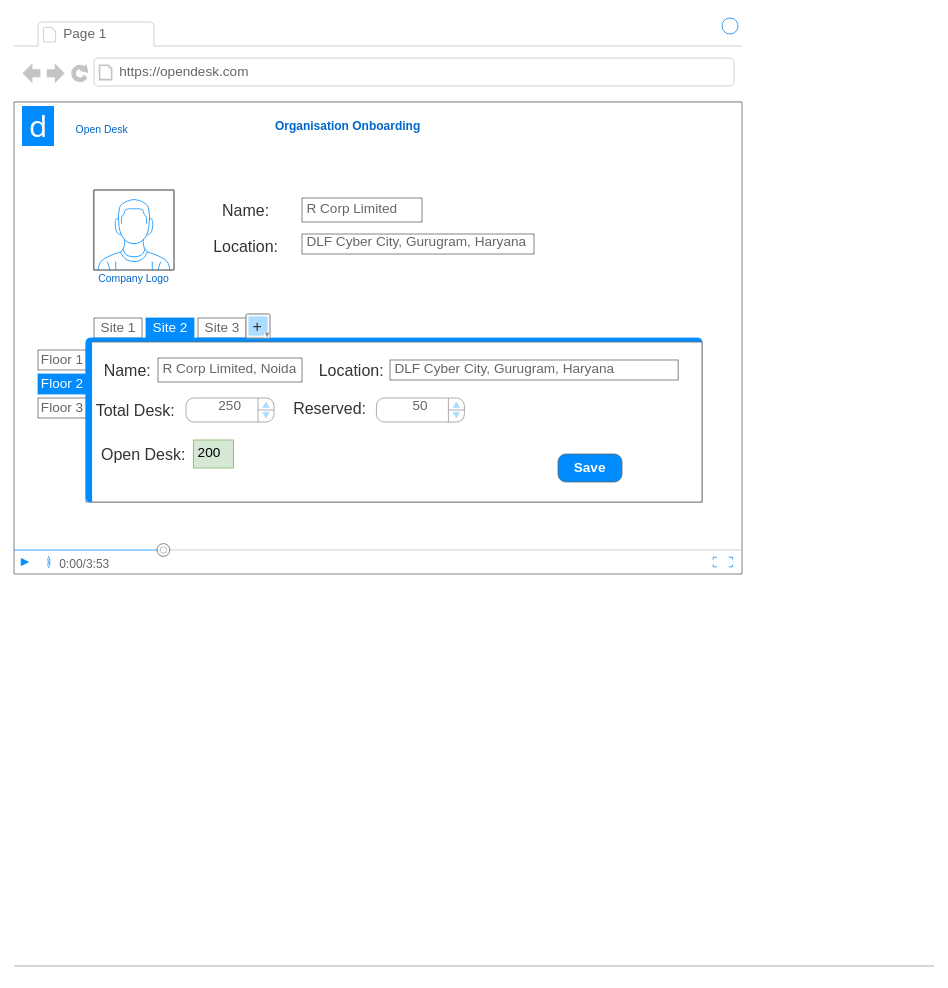
This is docs/planning/images/drawio/organization_onboarding_wireframe_v1.drawio from kanwalnainsingh/OpenDesk, a draw.io file, before an edit. Source tidied: cells renumbered, new cells numbered last; positions are measured from the earlier drawing's top-left corner, leaving out a move shared by most shapes. Both pictures are drawn from the tidied source at 80%, with x=0, y=0 at pixel (14, 14).
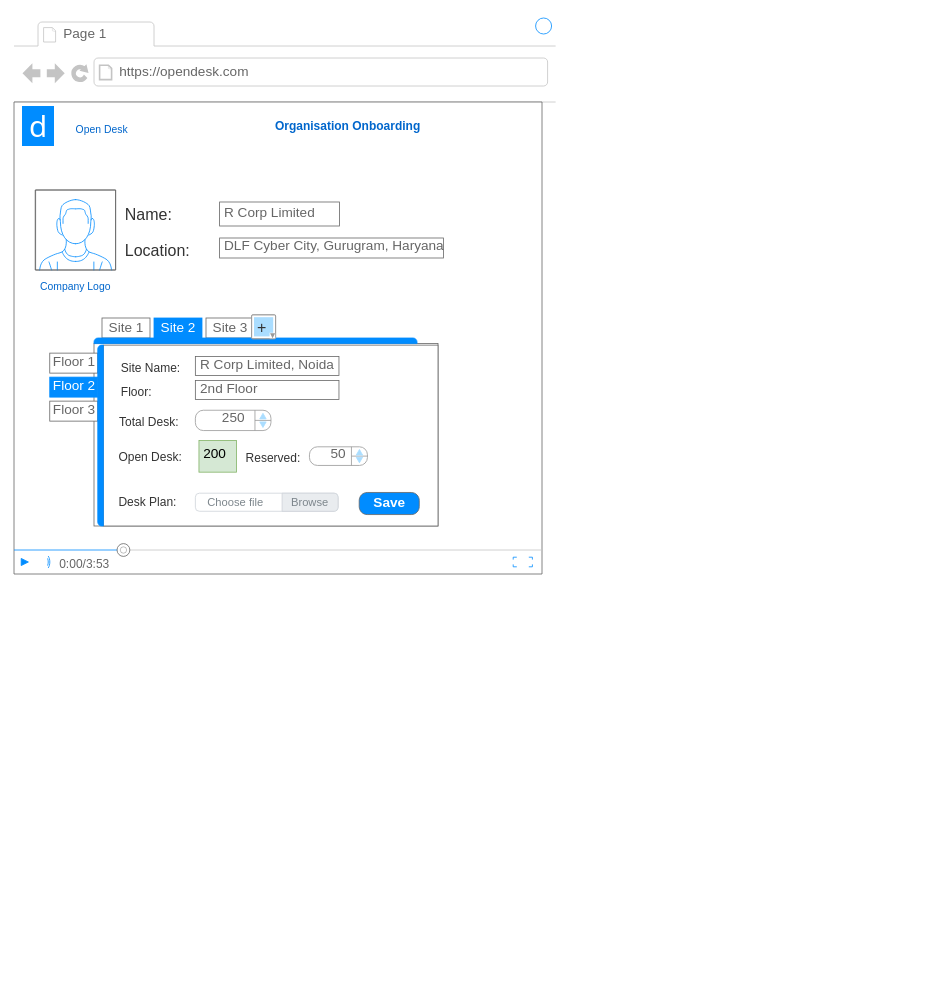
Above is the later version.

Diff of the diagram source:
```diff
@@
-    <mxCell id="2" style="strokeWidth=1;shadow=0;dashed=0;align=center;html=1;shape=mxgraph.mockup.containers.browserWindow;rSize=0;strokeColor2=#008cff;strokeColor3=#c4c4c4;mainText=,;strokeColor=#FFFFFF;fontColor=#FFFFFF;" parent="1" vertex="1">
-      <mxGeometry width="910" height="1020" as="geometry" />
+    <mxCell id="2" style="strokeWidth=1;shadow=0;dashed=0;align=left;html=1;shape=mxgraph.mockup.containers.browserWindow;rSize=0;strokeColor2=#008cff;strokeColor3=#c4c4c4;mainText=,;strokeColor=#FFFFFF;fontColor=#FFFFFF;" parent="1" vertex="1">
+      <mxGeometry width="677" height="700" as="geometry" />
     </mxCell>
@@
     <mxCell id="5" style="verticalLabelPosition=bottom;shadow=0;dashed=0;align=center;html=1;verticalAlign=top;strokeWidth=1;shape=mxgraph.mockup.containers.videoPlayer;strokeColor=#666666;strokeColor2=#008cff;strokeColor3=#c4c4c4;textColor=#666666;fillColor2=#008cff;barHeight=30;barPos=20;" parent="2" vertex="1">
-      <mxGeometry y="110" width="910" height="590" as="geometry" />
+      <mxGeometry y="110" width="660" height="590" as="geometry" />
     </mxCell>
@@
-    <mxCell id="7" style="verticalLabelPosition=bottom;shadow=0;dashed=0;align=center;html=1;verticalAlign=top;strokeWidth=1;shape=mxgraph.mockup.markup.line;strokeColor=#999999;fillColor=#008CFF;fontSize=13;fontColor=#0066CC;" parent="2" vertex="1">
-      <mxGeometry y="1180" width="1150" height="20" as="geometry" />
-    </mxCell>
@@
     <mxCell id="10" style="verticalLabelPosition=bottom;shadow=0;dashed=0;align=center;html=1;verticalAlign=top;strokeWidth=1;shape=mxgraph.mockup.containers.userMale;strokeColor=#666666;strokeColor2=#008cff;" parent="2" vertex="1">
-      <mxGeometry x="100" y="220" width="100" height="100" as="geometry" />
+      <mxGeometry x="27" y="220" width="100" height="100" as="geometry" />
     </mxCell>
     <mxCell id="11" value="Company Logo" style="text;html=1;strokeColor=none;fillColor=none;align=center;verticalAlign=middle;whiteSpace=wrap;rounded=0;fontSize=13;fontColor=#0066CC;" parent="2" vertex="1">
-      <mxGeometry x="100" y="320" width="100" height="20" as="geometry" />
+      <mxGeometry x="27" y="330" width="100" height="20" as="geometry" />
     </mxCell>
     <mxCell id="12" value="R Corp Limited" style="strokeWidth=1;shadow=0;dashed=0;align=center;html=1;shape=mxgraph.mockup.text.textBox;fontColor=#666666;align=left;fontSize=17;spacingLeft=4;spacingTop=-3;strokeColor=#666666;mainText=;" parent="2" vertex="1">
-      <mxGeometry x="360" y="230" width="150" height="30" as="geometry" />
+      <mxGeometry x="257" y="235" width="150" height="30" as="geometry" />
     </mxCell>
-    <mxCell id="13" value="&lt;font style=&quot;font-size: 20px&quot; color=&quot;#333333&quot;&gt;Name:&lt;/font&gt;" style="text;html=1;strokeColor=none;fillColor=none;align=center;verticalAlign=middle;whiteSpace=wrap;rounded=0;fontSize=13;fontColor=#0066CC;" parent="2" vertex="1">
-      <mxGeometry x="240" y="235" width="100" height="20" as="geometry" />
+    <mxCell id="13" value="&lt;font style=&quot;font-size: 20px&quot; color=&quot;#333333&quot;&gt;Name:&lt;/font&gt;" style="text;html=1;strokeColor=none;fillColor=none;align=left;verticalAlign=middle;whiteSpace=wrap;rounded=0;fontSize=13;fontColor=#0066CC;" parent="2" vertex="1">
+      <mxGeometry x="137" y="240" width="100" height="20" as="geometry" />
     </mxCell>
-    <mxCell id="14" value="&lt;font style=&quot;font-size: 20px&quot; color=&quot;#333333&quot;&gt;Location:&lt;/font&gt;" style="text;html=1;strokeColor=none;fillColor=none;align=center;verticalAlign=middle;whiteSpace=wrap;rounded=0;fontSize=13;fontColor=#0066CC;" parent="2" vertex="1">
-      <mxGeometry x="240" y="280" width="100" height="20" as="geometry" />
+    <mxCell id="14" value="&lt;font style=&quot;font-size: 20px&quot; color=&quot;#333333&quot;&gt;Location:&lt;/font&gt;" style="text;html=1;strokeColor=none;fillColor=none;align=left;verticalAlign=middle;whiteSpace=wrap;rounded=0;fontSize=13;fontColor=#0066CC;" parent="2" vertex="1">
+      <mxGeometry x="137" y="285" width="100" height="20" as="geometry" />
     </mxCell>
     <mxCell id="15" value="DLF Cyber City, Gurugram, Haryana&amp;nbsp;" style="strokeWidth=1;shadow=0;dashed=0;align=center;html=1;shape=mxgraph.mockup.text.textBox;fontColor=#666666;align=left;fontSize=17;spacingLeft=4;spacingTop=-3;strokeColor=#666666;mainText=;" parent="2" vertex="1">
-      <mxGeometry x="360" y="275" width="290" height="25" as="geometry" />
+      <mxGeometry x="257" y="280" width="280" height="25" as="geometry" />
     </mxCell>
     <mxCell id="16" style="strokeWidth=1;shadow=0;dashed=0;align=center;html=1;shape=mxgraph.mockup.containers.marginRect2;rectMarginTop=32;strokeColor=#666666;gradientColor=none;" parent="2" vertex="1">
-      <mxGeometry x="90" y="380" width="770" height="230" as="geometry" />
+      <mxGeometry x="100" y="380" width="430" height="260" as="geometry" />
     </mxCell>
@@
     <mxCell id="20" style="strokeWidth=1;shadow=0;dashed=0;align=center;html=1;shape=mxgraph.mockup.containers.topButton;rSize=5;strokeColor=#008cff;fillColor=#008cff;gradientColor=none;" parent="16" vertex="1">
-      <mxGeometry width="770" height="7" relative="1" as="geometry">
+      <mxGeometry width="403.78" height="7" relative="1" as="geometry">
         <mxPoint y="25" as="offset" />
       </mxGeometry>
     </mxCell>
-    <mxCell id="21" style="strokeWidth=1;shadow=0;dashed=0;align=center;html=1;shape=mxgraph.mockup.containers.marginRect2;rectMarginLeft=67;strokeColor=#666666;gradientColor=none;" parent="16" vertex="1">
-      <mxGeometry x="-60" y="30" width="830" height="200" as="geometry" />
+    <mxCell id="21" style="strokeWidth=1;shadow=0;dashed=0;align=left;html=1;shape=mxgraph.mockup.containers.marginRect2;rectMarginLeft=67;strokeColor=#666666;gradientColor=none;" parent="16" vertex="1">
+      <mxGeometry x="-55.3" y="33.9" width="485.3" height="226.1" as="geometry" />
     </mxCell>
@@
     <mxCell id="25" style="strokeWidth=1;shadow=0;dashed=0;align=center;html=1;shape=mxgraph.mockup.containers.leftButton;rSize=5;strokeColor=#008cff;fillColor=#008cff;" parent="21" vertex="1">
-      <mxGeometry width="7" height="200" relative="1" as="geometry">
+      <mxGeometry width="7" height="226.09" relative="1" as="geometry">
         <mxPoint x="60" as="offset" />
       </mxGeometry>
     </mxCell>
+    <mxCell id="28" value="Save" style="strokeWidth=1;shadow=0;dashed=0;align=center;html=1;shape=mxgraph.mockup.buttons.button;strokeColor=#666666;fontColor=#ffffff;mainText=;buttonStyle=round;fontSize=17;fontStyle=1;fillColor=#008cff;whiteSpace=wrap;" parent="21" vertex="1">
+      <mxGeometry x="386.8" y="184.2" width="75.1" height="27.6" as="geometry" />
+    </mxCell>
+    <mxCell id="39" value="Choose file" style="html=1;shadow=0;dashed=0;shape=mxgraph.bootstrap.rrect;rSize=5;strokeColor=#CED4DA;html=1;whiteSpace=wrap;fillColor=#FFFFFF;fontColor=#7D868C;align=left;spacingLeft=0;spacing=15;fontSize=14;" parent="21" vertex="1">
+      <mxGeometry x="182" y="185.1" width="178.4" height="22.6" as="geometry" />
+    </mxCell>
+    <mxCell id="40" value="Browse" style="html=1;shadow=0;dashed=0;shape=mxgraph.bootstrap.rightButton;strokeColor=inherit;gradientColor=inherit;fontColor=inherit;fillColor=#E9ECEF;rSize=5;perimeter=none;whiteSpace=wrap;fontSize=14;" parent="39" vertex="1">
+      <mxGeometry x="1" width="70" height="22.61" relative="1" as="geometry">
+        <mxPoint x="-70" as="offset" />
+      </mxGeometry>
+    </mxCell>
+    <mxCell id="41" value="&lt;font color=&quot;#333333&quot; style=&quot;font-size: 15px&quot;&gt;Desk Plan:&lt;/font&gt;" style="text;html=1;strokeColor=none;fillColor=none;align=left;verticalAlign=middle;whiteSpace=wrap;rounded=0;fontSize=13;fontColor=#0066CC;" parent="21" vertex="1">
+      <mxGeometry x="84.6" y="185.1" width="116.6" height="22.6" as="geometry" />
+    </mxCell>
-    <mxCell id="26" value="&lt;font color=&quot;#333333&quot;&gt;&lt;span style=&quot;font-size: 20px&quot;&gt;Open Desk:&lt;/span&gt;&lt;/font&gt;" style="text;html=1;strokeColor=none;fillColor=none;align=center;verticalAlign=middle;whiteSpace=wrap;rounded=0;fontSize=13;fontColor=#0066CC;" parent="21" vertex="1">
-      <mxGeometry x="70" y="130" width="124.2" height="20" as="geometry" />
+    <mxCell id="26" value="&lt;font color=&quot;#333333&quot; style=&quot;font-size: 15px&quot;&gt;Open Desk:&lt;/font&gt;" style="text;html=1;strokeColor=none;fillColor=none;align=left;verticalAlign=middle;whiteSpace=wrap;rounded=0;fontSize=13;fontColor=#0066CC;" parent="21" vertex="1">
+      <mxGeometry x="84.6" y="127.7" width="116.6" height="22.6" as="geometry" />
     </mxCell>
-    <mxCell id="27" value="200" style="strokeWidth=1;shadow=0;dashed=0;align=center;html=1;shape=mxgraph.mockup.text.textBox;align=left;fontSize=17;spacingLeft=4;spacingTop=-3;strokeColor=#82b366;mainText=;fillColor=#d5e8d4;" parent="21" vertex="1">
-      <mxGeometry x="194.2" y="122.5" width="50" height="35" as="geometry" />
+    <mxCell id="27" value="200" style="strokeWidth=1;shadow=0;dashed=0;align=left;html=1;shape=mxgraph.mockup.text.textBox;align=left;fontSize=17;spacingLeft=4;spacingTop=-3;strokeColor=#82b366;mainText=;fillColor=#d5e8d4;" parent="21" vertex="1">
+      <mxGeometry x="186.5" y="119.2" width="47" height="39.6" as="geometry" />
     </mxCell>
-    <mxCell id="28" value="Save" style="strokeWidth=1;shadow=0;dashed=0;align=center;html=1;shape=mxgraph.mockup.buttons.button;strokeColor=#666666;fontColor=#ffffff;mainText=;buttonStyle=round;fontSize=17;fontStyle=1;fillColor=#008cff;whiteSpace=wrap;" parent="21" vertex="1">
-      <mxGeometry x="650" y="140" width="80" height="35" as="geometry" />
-    </mxCell>
+    <mxCell id="38" value="&lt;font color=&quot;#333333&quot; style=&quot;font-size: 15px&quot;&gt;Reserved:&lt;/font&gt;" style="text;html=1;strokeColor=none;fillColor=none;align=left;verticalAlign=middle;whiteSpace=wrap;rounded=0;fontSize=13;fontColor=#0066CC;" parent="21" vertex="1">
+      <mxGeometry x="243.6" y="128.4" width="124.2" height="22.6" as="geometry" />
+    </mxCell>
+    <mxCell id="37" value="50" style="strokeWidth=1;shadow=0;dashed=0;align=center;html=1;shape=mxgraph.mockup.forms.spinner;strokeColor=#999999;spinLayout=right;spinStyle=normal;adjStyle=triangle;fillColor=#aaddff;fontSize=17;fontColor=#666666;mainText=;html=1;overflow=fill;" parent="21" vertex="1">
+      <mxGeometry x="324.6" y="127.1" width="72.5" height="23.3" as="geometry" />
+    </mxCell>
+    <mxCell id="35" value="250" style="strokeWidth=1;shadow=0;dashed=0;align=center;html=1;shape=mxgraph.mockup.forms.spinner;strokeColor=#999999;spinLayout=right;spinStyle=normal;adjStyle=triangle;fillColor=#aaddff;fontSize=17;fontColor=#666666;mainText=;html=1;overflow=fill;" parent="21" vertex="1">
+      <mxGeometry x="182" y="81.4" width="94.5" height="25.4" as="geometry" />
+    </mxCell>
+    <mxCell id="36" value="&lt;font style=&quot;font-size: 15px&quot; color=&quot;#333333&quot;&gt;Total Desk:&lt;/font&gt;" style="text;html=1;strokeColor=none;fillColor=none;align=center;verticalAlign=middle;whiteSpace=wrap;rounded=0;fontSize=13;fontColor=#0066CC;" parent="21" vertex="1">
+      <mxGeometry x="62.3" y="84.2" width="124.2" height="22.6" as="geometry" />
+    </mxCell>
+    <mxCell id="42" value="&lt;font style=&quot;font-size: 15px&quot; color=&quot;#333333&quot;&gt;Floor:&lt;/font&gt;" style="text;html=1;strokeColor=none;fillColor=none;align=left;verticalAlign=middle;whiteSpace=wrap;rounded=0;fontSize=13;fontColor=#0066CC;" parent="21" vertex="1">
+      <mxGeometry x="87.6" y="48.2" width="73.7" height="20" as="geometry" />
+    </mxCell>
+    <mxCell id="32" value="&lt;font style=&quot;font-size: 15px&quot; color=&quot;#333333&quot;&gt;Site Name:&lt;/font&gt;" style="text;html=1;strokeColor=none;fillColor=none;align=left;verticalAlign=middle;whiteSpace=wrap;rounded=0;fontSize=13;fontColor=#0066CC;" parent="21" vertex="1">
+      <mxGeometry x="87.6" y="18.2" width="83.7" height="20" as="geometry" />
+    </mxCell>
+    <mxCell id="31" value="R Corp Limited, Noida" style="strokeWidth=1;shadow=0;dashed=0;align=center;html=1;shape=mxgraph.mockup.text.textBox;fontColor=#666666;align=left;fontSize=17;spacingLeft=4;spacingTop=-3;strokeColor=#666666;mainText=;" parent="21" vertex="1">
+      <mxGeometry x="182" y="14.2" width="179.5" height="23.9" as="geometry" />
+    </mxCell>
+    <mxCell id="43" value="2nd Floor" style="strokeWidth=1;shadow=0;dashed=0;align=center;html=1;shape=mxgraph.mockup.text.textBox;fontColor=#666666;align=left;fontSize=17;spacingLeft=4;spacingTop=-3;strokeColor=#666666;mainText=;" parent="21" vertex="1">
+      <mxGeometry x="182" y="44.2" width="179.5" height="23.9" as="geometry" />
+    </mxCell>
     <mxCell id="29" style="verticalLabelPosition=bottom;shadow=0;dashed=0;align=center;html=1;verticalAlign=top;strokeWidth=1;shape=mxgraph.mockup.forms.colorPicker;chosenColor=#aaddff;" parent="2" vertex="1">
-      <mxGeometry x="290" y="375" width="30" height="30" as="geometry" />
+      <mxGeometry x="297" y="376" width="30" height="30" as="geometry" />
     </mxCell>
-    <mxCell id="30" value="&lt;font color=&quot;#333333&quot;&gt;&lt;span style=&quot;font-size: 20px&quot;&gt;+&lt;/span&gt;&lt;/font&gt;" style="text;html=1;strokeColor=none;fillColor=none;align=center;verticalAlign=middle;whiteSpace=wrap;rounded=0;fontSize=13;fontColor=#0066CC;" parent="2" vertex="1">
-      <mxGeometry x="291.4" y="378" width="27.1" height="24" as="geometry" />
+    <mxCell id="30" value="&lt;font color=&quot;#333333&quot;&gt;&lt;span style=&quot;font-size: 20px&quot;&gt;&amp;nbsp; +&lt;/span&gt;&lt;/font&gt;" style="text;html=1;strokeColor=none;fillColor=none;align=center;verticalAlign=middle;whiteSpace=wrap;rounded=0;fontSize=13;fontColor=#0066CC;" parent="2" vertex="1">
+      <mxGeometry x="291.4" y="380" width="27.1" height="22" as="geometry" />
     </mxCell>
-    <mxCell id="31" value="R Corp Limited, Noida" style="strokeWidth=1;shadow=0;dashed=0;align=center;html=1;shape=mxgraph.mockup.text.textBox;fontColor=#666666;align=left;fontSize=17;spacingLeft=4;spacingTop=-3;strokeColor=#666666;mainText=;" parent="1" vertex="1">
-      <mxGeometry x="180" y="430" width="180" height="30" as="geometry" />
-    </mxCell>
-    <mxCell id="32" value="&lt;font style=&quot;font-size: 20px&quot; color=&quot;#333333&quot;&gt;Name:&lt;/font&gt;" style="text;html=1;strokeColor=none;fillColor=none;align=center;verticalAlign=middle;whiteSpace=wrap;rounded=0;fontSize=13;fontColor=#0066CC;" parent="1" vertex="1">
-      <mxGeometry x="80" y="435" width="124.2" height="20" as="geometry" />
-    </mxCell>
-    <mxCell id="33" value="&lt;font style=&quot;font-size: 20px&quot; color=&quot;#333333&quot;&gt;Location:&lt;/font&gt;" style="text;html=1;strokeColor=none;fillColor=none;align=center;verticalAlign=middle;whiteSpace=wrap;rounded=0;fontSize=13;fontColor=#0066CC;" parent="1" vertex="1">
-      <mxGeometry x="360" y="435" width="124.2" height="20" as="geometry" />
-    </mxCell>
-    <mxCell id="34" value="DLF Cyber City, Gurugram, Haryana&amp;nbsp;" style="strokeWidth=1;shadow=0;dashed=0;align=center;html=1;shape=mxgraph.mockup.text.textBox;fontColor=#666666;align=left;fontSize=17;spacingLeft=4;spacingTop=-3;strokeColor=#666666;mainText=;" parent="1" vertex="1">
-      <mxGeometry x="470" y="432.5" width="360.2" height="25" as="geometry" />
-    </mxCell>
-    <mxCell id="35" value="250" style="strokeWidth=1;shadow=0;dashed=0;align=center;html=1;shape=mxgraph.mockup.forms.spinner;strokeColor=#999999;spinLayout=right;spinStyle=normal;adjStyle=triangle;fillColor=#aaddff;fontSize=17;fontColor=#666666;mainText=;html=1;overflow=fill;" parent="1" vertex="1">
-      <mxGeometry x="215" y="480" width="110" height="30" as="geometry" />
-    </mxCell>
-    <mxCell id="36" value="&lt;font style=&quot;font-size: 20px&quot; color=&quot;#333333&quot;&gt;Total Desk:&lt;/font&gt;" style="text;html=1;strokeColor=none;fillColor=none;align=center;verticalAlign=middle;whiteSpace=wrap;rounded=0;fontSize=13;fontColor=#0066CC;" parent="1" vertex="1">
-      <mxGeometry x="90" y="485" width="124.2" height="20" as="geometry" />
-    </mxCell>
-    <mxCell id="37" value="50" style="strokeWidth=1;shadow=0;dashed=0;align=center;html=1;shape=mxgraph.mockup.forms.spinner;strokeColor=#999999;spinLayout=right;spinStyle=normal;adjStyle=triangle;fillColor=#aaddff;fontSize=17;fontColor=#666666;mainText=;html=1;overflow=fill;" parent="1" vertex="1">
-      <mxGeometry x="453" y="480" width="110" height="30" as="geometry" />
-    </mxCell>
-    <mxCell id="38" value="&lt;font color=&quot;#333333&quot;&gt;&lt;span style=&quot;font-size: 20px&quot;&gt;Reserved:&lt;/span&gt;&lt;/font&gt;" style="text;html=1;strokeColor=none;fillColor=none;align=center;verticalAlign=middle;whiteSpace=wrap;rounded=0;fontSize=13;fontColor=#0066CC;" parent="1" vertex="1">
-      <mxGeometry x="333" y="483" width="124.2" height="20" as="geometry" />
-    </mxCell>
```
